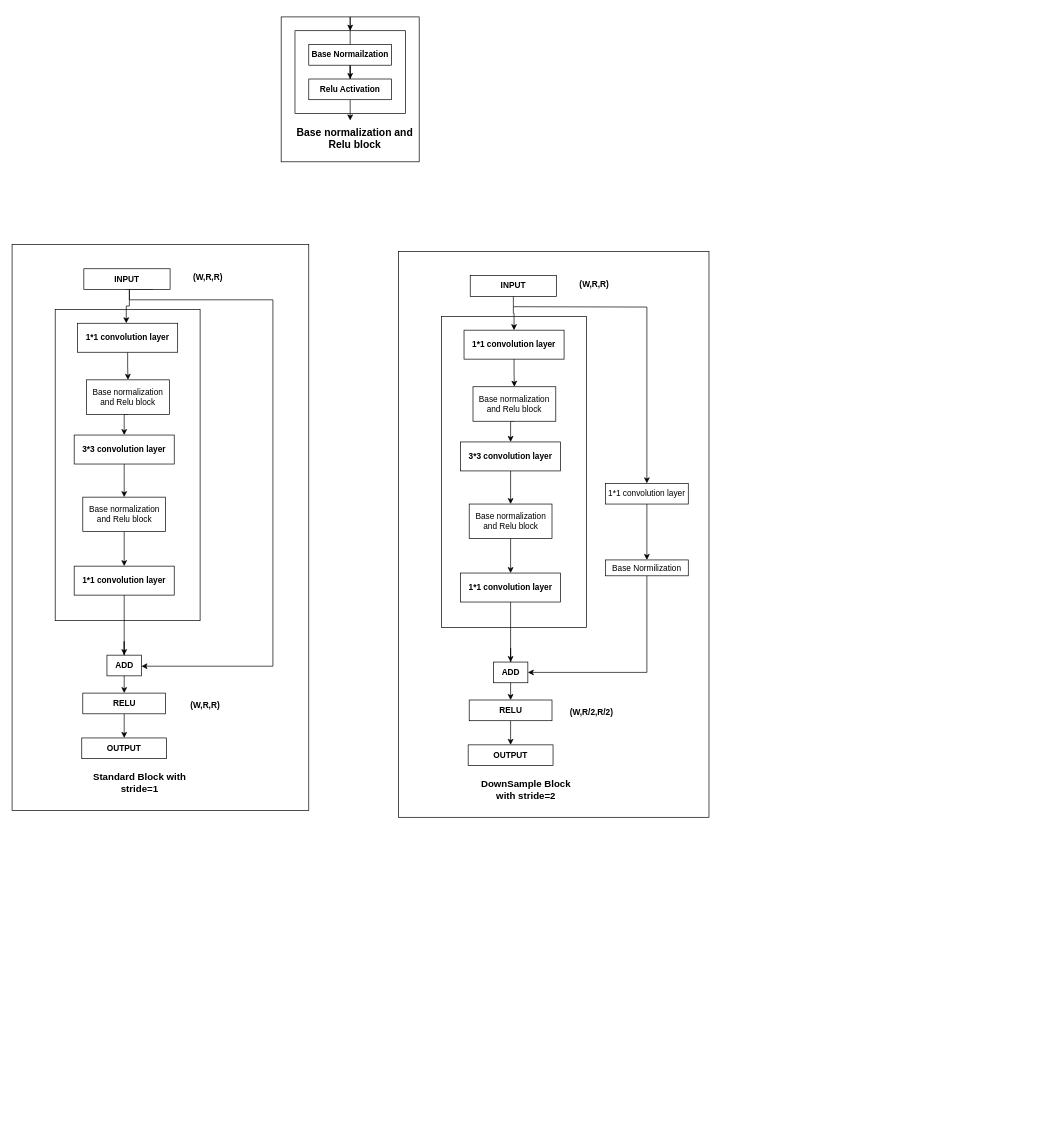
Earlier version of the draw.io diagram Untitled Diagram.drawio (Chaitanya-Atluri/CNN-from-scratch-on-MNIST). Source tidied: cells renumbered, new cells numbered last; positions are measured from the earlier drawing's top-left corner, leaving out a move shared by most shapes. Both pictures are drawn from the tidied source at 69%, with x=0, y=0 at pixel (12, 17).
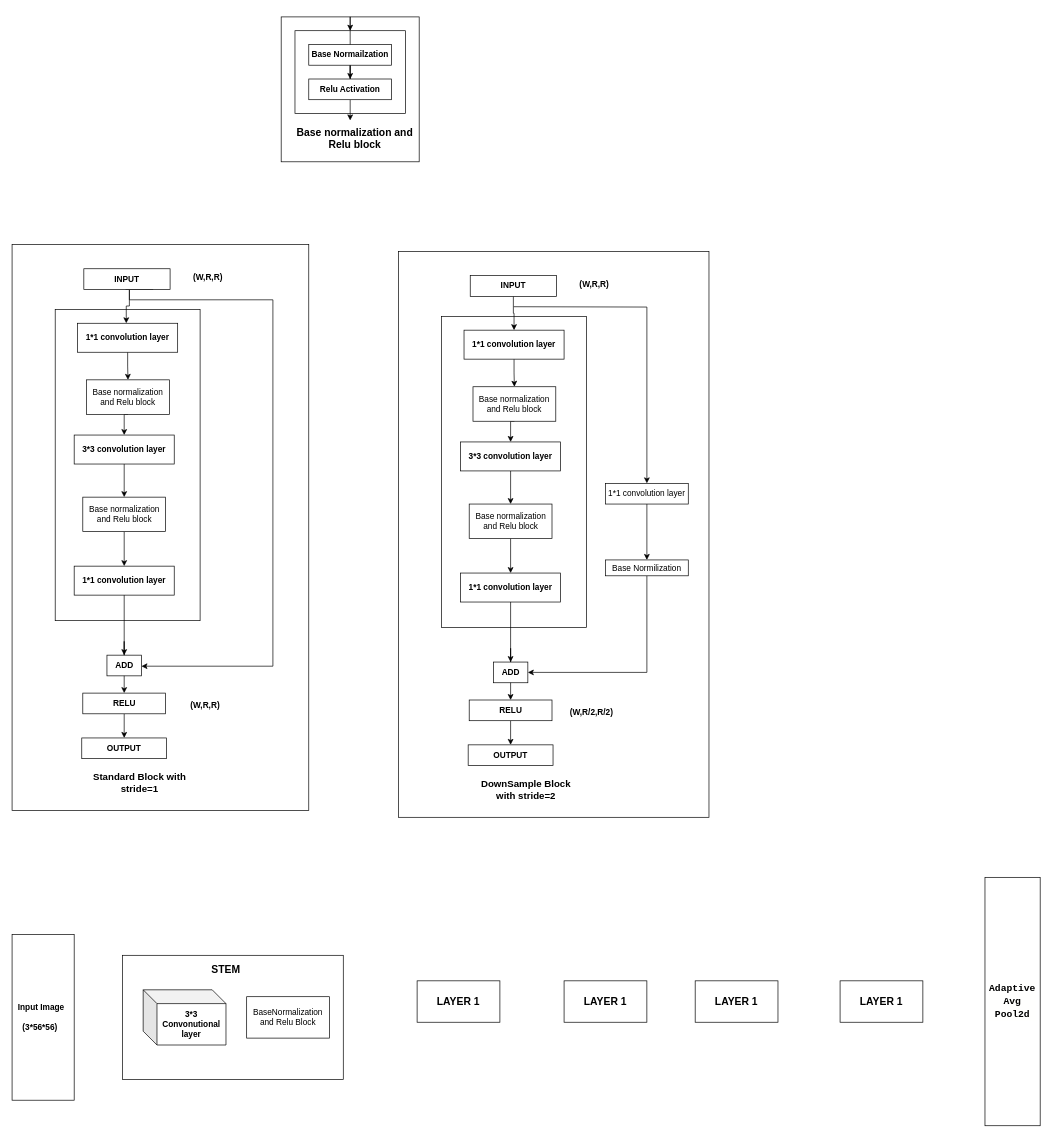
The same diagram, later.

What changed in the source:
```diff
@@
+    <mxCell id="61" style="rounded=0;whiteSpace=wrap;html=1;" parent="1" vertex="1">
+      <mxGeometry x="160" y="1360" width="320" height="180" as="geometry" />
+    </mxCell>
@@
+    <mxCell id="62" value="&lt;div style=&quot;text-align: right&quot;&gt;&lt;b&gt;&amp;nbsp; Input Image&lt;/b&gt;&lt;/div&gt;&lt;b&gt;&lt;br&gt;&lt;div style=&quot;text-align: center&quot;&gt;&lt;b&gt;&amp;nbsp;(3*56*56)&lt;/b&gt;&lt;/div&gt;&lt;/b&gt;" style="rounded=0;whiteSpace=wrap;html=1;align=left;" parent="1" vertex="1">
+      <mxGeometry y="1330" width="90" height="240" as="geometry" />
+    </mxCell>
+    <mxCell id="63" value="&lt;b&gt;3*3 Convonutional layer&lt;/b&gt;" style="shape=cube;whiteSpace=wrap;html=1;boundedLbl=1;backgroundOutline=1;darkOpacity=0.05;darkOpacity2=0.1;" parent="1" vertex="1">
+      <mxGeometry x="190" y="1410" width="120" height="80" as="geometry" />
+    </mxCell>
+    <mxCell id="64" value="BaseNormalization and Relu Block" style="rounded=0;whiteSpace=wrap;html=1;" parent="1" vertex="1">
+      <mxGeometry x="340" y="1420" width="120" height="60" as="geometry" />
+    </mxCell>
+    <mxCell id="65" value="&lt;b&gt;&lt;font style=&quot;font-size: 15px&quot;&gt;STEM&lt;/font&gt;&lt;/b&gt;" style="text;html=1;strokeColor=none;fillColor=none;align=center;verticalAlign=middle;whiteSpace=wrap;rounded=0;" parent="1" vertex="1">
+      <mxGeometry x="290" y="1370" width="40" height="20" as="geometry" />
+    </mxCell>
+    <mxCell id="66" value="&lt;b&gt;&lt;font style=&quot;font-size: 15px&quot;&gt;LAYER 1&lt;/font&gt;&lt;/b&gt;" style="rounded=0;whiteSpace=wrap;html=1;" parent="1" vertex="1">
+      <mxGeometry x="587" y="1397" width="120" height="60" as="geometry" />
+    </mxCell>
+    <mxCell id="67" value="&lt;b&gt;&lt;font style=&quot;font-size: 15px&quot;&gt;LAYER 1&lt;/font&gt;&lt;/b&gt;" style="rounded=0;whiteSpace=wrap;html=1;" parent="1" vertex="1">
+      <mxGeometry x="800" y="1397" width="120" height="60" as="geometry" />
+    </mxCell>
+    <mxCell id="68" value="&lt;b&gt;&lt;font style=&quot;font-size: 15px&quot;&gt;LAYER 1&lt;/font&gt;&lt;/b&gt;" style="rounded=0;whiteSpace=wrap;html=1;" parent="1" vertex="1">
+      <mxGeometry x="990" y="1397" width="120" height="60" as="geometry" />
+    </mxCell>
+    <mxCell id="69" value="&lt;b&gt;&lt;font style=&quot;font-size: 15px&quot;&gt;LAYER 1&lt;/font&gt;&lt;/b&gt;" style="rounded=0;whiteSpace=wrap;html=1;" parent="1" vertex="1">
+      <mxGeometry x="1200" y="1397" width="120" height="60" as="geometry" />
+    </mxCell>
+    <mxCell id="70" value="&lt;div style=&quot;background-color: rgb(255 , 255 , 254) ; font-family: monospace , &amp;#34;consolas&amp;#34; , &amp;#34;courier new&amp;#34; , monospace ; font-size: 14px ; line-height: 19px&quot;&gt;&lt;b&gt;Adaptive&lt;/b&gt;&lt;/div&gt;&lt;div style=&quot;background-color: rgb(255 , 255 , 254) ; font-family: monospace , &amp;#34;consolas&amp;#34; , &amp;#34;courier new&amp;#34; , monospace ; font-size: 14px ; line-height: 19px&quot;&gt;&lt;b&gt;Avg&lt;/b&gt;&lt;/div&gt;&lt;div style=&quot;background-color: rgb(255 , 255 , 254) ; font-family: monospace , &amp;#34;consolas&amp;#34; , &amp;#34;courier new&amp;#34; , monospace ; font-size: 14px ; line-height: 19px&quot;&gt;&lt;b&gt;Pool2d&lt;/b&gt;&lt;/div&gt;" style="rounded=0;whiteSpace=wrap;html=1;align=center;" parent="1" vertex="1">
+      <mxGeometry x="1410" y="1247" width="80" height="360" as="geometry" />
+    </mxCell>
```
